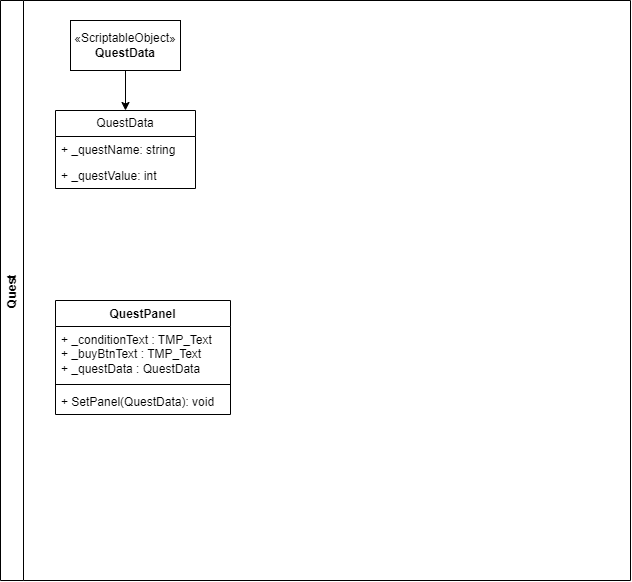
The draw.io diagram Restaurant_Tycoon.drawio.png in jiye-stingray/Restaurant_Tycoon, before a commit. Source tidied: cells renumbered, new cells last; positions are measured from the earlier drawing's top-left corner, leaving out a move shared by most shapes.
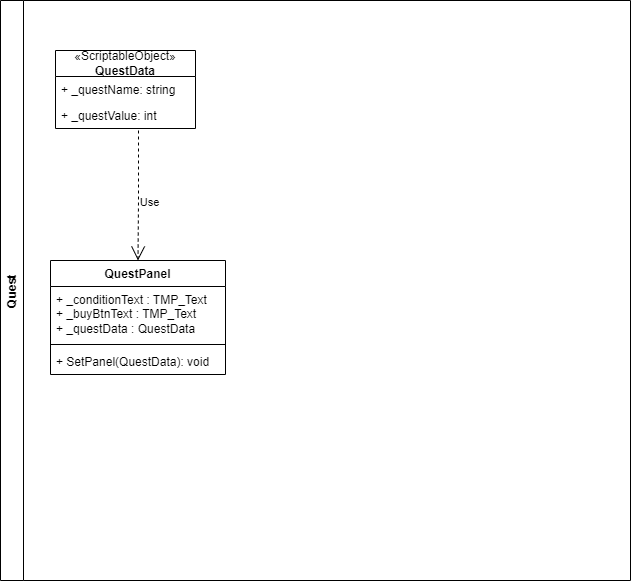
Later version of the same file.

What changed in the source:
```diff
@@ -5,14 +5,8 @@
     <mxCell id="2" value="Quest" style="swimlane;horizontal=0;whiteSpace=wrap;html=1;" parent="1" vertex="1">
       <mxGeometry width="630" height="580" as="geometry" />
     </mxCell>
-    <mxCell id="3" style="edgeStyle=orthogonalEdgeStyle;rounded=0;jettySize=auto;html=1;entryX=0.5;entryY=0;entryDx=0;entryDy=0;" parent="2" edge="1" source="4" target="5">
-      <mxGeometry relative="1" as="geometry" />
-    </mxCell>
-    <mxCell id="4" value="«ScriptableObject»&lt;br&gt;&lt;b&gt;QuestData&lt;/b&gt;" style="html=1;whiteSpace=wrap;" parent="2" vertex="1">
-      <mxGeometry x="70" y="20" width="110" height="50" as="geometry" />
-    </mxCell>
-    <mxCell id="5" value="QuestData" style="swimlane;fontStyle=0;horizontal=1;startSize=26;fillColor=none;whiteSpace=wrap;html=1;" parent="2" vertex="1">
-      <mxGeometry x="55" y="110" width="140" height="78" as="geometry" />
+    <mxCell id="5" value="«ScriptableObject»&lt;br style=&quot;border-color: var(--border-color);&quot;&gt;&lt;b style=&quot;border-color: var(--border-color);&quot;&gt;QuestData&lt;/b&gt;" style="swimlane;fontStyle=0;horizontal=1;startSize=26;fillColor=none;whiteSpace=wrap;html=1;" parent="2" vertex="1">
+      <mxGeometry x="55" y="50" width="140" height="78" as="geometry" />
     </mxCell>
     <mxCell id="6" value="+ _questName: string" style="text;strokeColor=none;fillColor=none;align=left;verticalAlign=top;spacingLeft=4;spacingRight=4;overflow=hidden;whiteSpace=wrap;html=1;" parent="5" vertex="1">
       <mxGeometry y="26" width="140" height="26" as="geometry" />
@@ -21,7 +15,7 @@
       <mxGeometry y="52" width="140" height="26" as="geometry" />
     </mxCell>
     <mxCell id="8" value="QuestPanel" style="swimlane;fontStyle=1;align=center;verticalAlign=top;horizontal=1;startSize=26;whiteSpace=wrap;html=1;" parent="2" vertex="1">
-      <mxGeometry x="55" y="300" width="175" height="114" as="geometry" />
+      <mxGeometry x="50" y="260" width="175" height="114" as="geometry" />
     </mxCell>
     <mxCell id="9" value="+ _conditionText : TMP_Text&lt;br&gt;+&amp;nbsp;_buyBtnText :&amp;nbsp;TMP_Text&lt;br&gt;+ _questData : QuestData" style="text;strokeColor=none;fillColor=none;align=left;verticalAlign=top;spacingLeft=4;spacingRight=4;overflow=hidden;whiteSpace=wrap;html=1;" parent="8" vertex="1">
       <mxGeometry y="26" width="175" height="54" as="geometry" />
@@ -32,5 +26,13 @@
     <mxCell id="11" value="+ SetPanel(QuestData): void" style="text;strokeColor=none;fillColor=none;align=left;verticalAlign=top;spacingLeft=4;spacingRight=4;overflow=hidden;whiteSpace=wrap;html=1;" parent="8" vertex="1">
       <mxGeometry y="88" width="175" height="26" as="geometry" />
     </mxCell>
+    <mxCell id="12" value="Use" style="endArrow=open;endSize=12;dashed=1;html=1;rounded=0;entryX=0.5;entryY=0;entryDx=0;entryDy=0;" parent="2" edge="1" target="8">
+      <mxGeometry x="0.1" y="11" relative="1" as="geometry">
+        <mxPoint x="138" y="130" as="sourcePoint" />
+        <Array as="points">
+          <mxPoint x="138" y="200" />
+        </Array>
+      </mxGeometry>
+    </mxCell>
   </root>
 </mxGraphModel>
```
